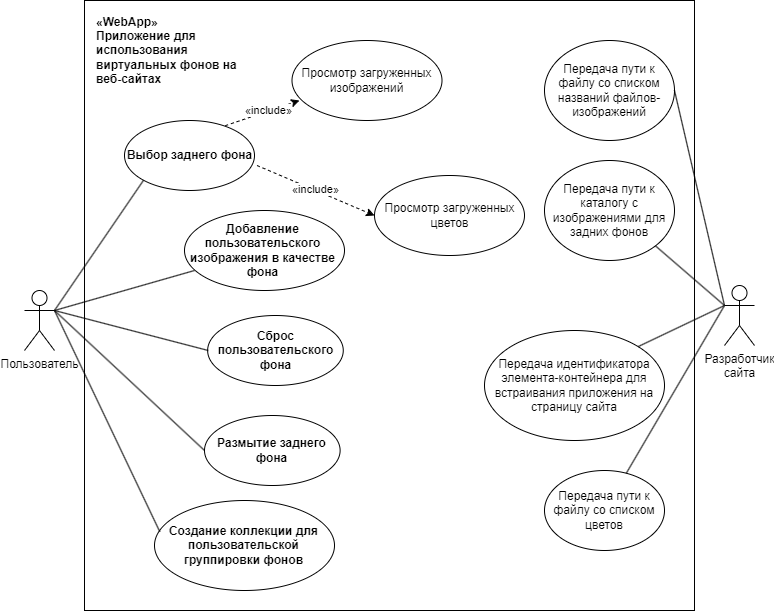
Earlier version of the draw.io export ЖуковскийДмитрий.png (bugovsky/WebApp). Source tidied: cells renumbered, new cells last; positions are measured from the earlier drawing's top-left corner, leaving out a move shared by most shapes. Its diagram source:
```xml
<mxGraphModel>
  <root>
    <mxCell id="0" />
    <mxCell id="1" parent="0" />
    <mxCell id="2" value="Пользователь" style="shape=umlActor;verticalLabelPosition=bottom;verticalAlign=top;html=1;outlineConnect=0;" parent="1" vertex="1">
      <mxGeometry y="290" width="30" height="60" as="geometry" />
    </mxCell>
    <mxCell id="3" style="whiteSpace=wrap;html=1;" parent="1" vertex="1">
      <mxGeometry x="60" width="610" height="610" as="geometry" />
    </mxCell>
    <mxCell id="4" value="&lt;b&gt;«WebApp»&lt;br&gt;Приложение для использования виртуальных фонов на веб-сайтах&amp;nbsp;&lt;/b&gt;" style="text;html=1;strokeColor=none;fillColor=none;align=left;verticalAlign=middle;whiteSpace=wrap;rounded=0;" parent="1" vertex="1">
      <mxGeometry x="70" y="20" width="150" height="60" as="geometry" />
    </mxCell>
    <mxCell id="5" style="ellipse;whiteSpace=wrap;html=1;" parent="1" vertex="1">
      <mxGeometry x="100" y="120" width="130" height="70" as="geometry" />
    </mxCell>
    <mxCell id="6" value="Выбор заднего фона" style="text;html=1;strokeColor=none;fillColor=none;align=center;verticalAlign=middle;whiteSpace=wrap;rounded=0;fontStyle=1;" parent="1" vertex="1">
      <mxGeometry x="97.5" y="135" width="135" height="40" as="geometry" />
    </mxCell>
    <mxCell id="7" style="ellipse;whiteSpace=wrap;html=1;" parent="1" vertex="1">
      <mxGeometry x="160" y="210" width="160" height="80" as="geometry" />
    </mxCell>
    <mxCell id="8" value="Добавление пользовательского изображения в качестве фона" style="text;html=1;strokeColor=none;fillColor=none;align=center;verticalAlign=middle;whiteSpace=wrap;rounded=0;fontStyle=1;" parent="1" vertex="1">
      <mxGeometry x="157.5" y="225" width="161.2" height="50" as="geometry" />
    </mxCell>
    <mxCell id="9" style="ellipse;whiteSpace=wrap;html=1;" parent="1" vertex="1">
      <mxGeometry x="183.1" y="315" width="135.6" height="70" as="geometry" />
    </mxCell>
    <mxCell id="10" value="Сброс пользовательского фона" style="text;html=1;strokeColor=none;fillColor=none;align=center;verticalAlign=middle;whiteSpace=wrap;rounded=0;fontStyle=1;" parent="1" vertex="1">
      <mxGeometry x="183.8" y="330" width="135" height="40" as="geometry" />
    </mxCell>
    <mxCell id="11" style="ellipse;whiteSpace=wrap;html=1;" parent="1" vertex="1">
      <mxGeometry x="180" y="415" width="135.6" height="70" as="geometry" />
    </mxCell>
    <mxCell id="12" value="Размытие заднего фона" style="text;html=1;strokeColor=none;fillColor=none;align=center;verticalAlign=middle;whiteSpace=wrap;rounded=0;fontStyle=1;" parent="1" vertex="1">
      <mxGeometry x="180" y="430" width="135" height="40" as="geometry" />
    </mxCell>
    <mxCell id="13" style="ellipse;whiteSpace=wrap;html=1;" parent="1" vertex="1">
      <mxGeometry x="130" y="500" width="180" height="90" as="geometry" />
    </mxCell>
    <mxCell id="14" value="Создание коллекции для пользовательской группировки фонов" style="text;html=1;strokeColor=none;fillColor=none;align=center;verticalAlign=middle;whiteSpace=wrap;rounded=0;fontStyle=1;" parent="1" vertex="1">
      <mxGeometry x="135.3" y="517.5" width="169.4" height="55" as="geometry" />
    </mxCell>
    <mxCell id="15" style="endArrow=none;html=1;rounded=0;exitX=1;exitY=0.3333333333333333;exitDx=0;exitDy=0;exitPerimeter=0;entryX=0;entryY=1;entryDx=0;entryDy=0;" parent="1" edge="1" source="2" target="5">
      <mxGeometry relative="1" as="geometry" />
    </mxCell>
    <mxCell id="16" style="endArrow=none;html=1;rounded=0;" parent="1" edge="1">
      <mxGeometry relative="1" as="geometry">
        <mxPoint x="30" y="310" as="sourcePoint" />
        <mxPoint x="170" y="270" as="targetPoint" />
      </mxGeometry>
    </mxCell>
    <mxCell id="17" style="endArrow=none;html=1;rounded=0;entryX=0;entryY=0.5;entryDx=0;entryDy=0;" parent="1" edge="1" target="10">
      <mxGeometry relative="1" as="geometry">
        <mxPoint x="30" y="310" as="sourcePoint" />
      </mxGeometry>
    </mxCell>
    <mxCell id="18" style="endArrow=none;html=1;rounded=0;entryX=0;entryY=0.5;entryDx=0;entryDy=0;" parent="1" edge="1" target="12">
      <mxGeometry relative="1" as="geometry">
        <mxPoint x="30" y="310" as="sourcePoint" />
      </mxGeometry>
    </mxCell>
    <mxCell id="19" style="endArrow=none;html=1;rounded=0;entryX=0;entryY=0.25;entryDx=0;entryDy=0;" parent="1" edge="1" target="14">
      <mxGeometry relative="1" as="geometry">
        <mxPoint x="30" y="310" as="sourcePoint" />
      </mxGeometry>
    </mxCell>
    <mxCell id="20" value="Разработчик&lt;br&gt;сайта" style="shape=umlActor;verticalLabelPosition=bottom;verticalAlign=top;html=1;outlineConnect=0;" parent="1" vertex="1">
      <mxGeometry x="700" y="285" width="30" height="60" as="geometry" />
    </mxCell>
    <mxCell id="21" style="ellipse;whiteSpace=wrap;html=1;" parent="1" vertex="1">
      <mxGeometry x="267.5" y="40" width="150" height="80" as="geometry" />
    </mxCell>
    <mxCell id="22" value="&lt;span style=&quot;font-weight: normal;&quot;&gt;Просмотр загруженных изображений&lt;/span&gt;" style="text;html=1;strokeColor=none;fillColor=none;align=center;verticalAlign=middle;whiteSpace=wrap;rounded=0;fontStyle=1;" parent="1" vertex="1">
      <mxGeometry x="275" y="60" width="135" height="40" as="geometry" />
    </mxCell>
    <mxCell id="23" style="ellipse;whiteSpace=wrap;html=1;" parent="1" vertex="1">
      <mxGeometry x="350" y="175" width="150" height="80" as="geometry" />
    </mxCell>
    <mxCell id="24" value="&lt;span style=&quot;font-weight: normal;&quot;&gt;Просмотр загруженных цветов&lt;/span&gt;" style="text;html=1;strokeColor=none;fillColor=none;align=center;verticalAlign=middle;whiteSpace=wrap;rounded=0;fontStyle=1;" parent="1" vertex="1">
      <mxGeometry x="357.5" y="195" width="135" height="40" as="geometry" />
    </mxCell>
    <mxCell id="25" style="endArrow=classic;dashed=1;html=1;rounded=0;exitX=1;exitY=0.75;exitDx=0;exitDy=0;entryX=0;entryY=0.5;entryDx=0;entryDy=0;endFill=1;" parent="1" edge="1" source="6" target="23">
      <mxGeometry relative="1" as="geometry" />
    </mxCell>
    <mxCell id="26" value="«include»" style="edgeLabel;html=1;align=center;verticalAlign=middle;" parent="25" vertex="1">
      <mxGeometry x="-0.02" y="1" relative="1" as="geometry" />
    </mxCell>
    <mxCell id="27" style="endArrow=classic;dashed=1;html=1;rounded=0;exitX=0.775;exitY=0.074;exitDx=0;exitDy=0;exitPerimeter=0;entryX=0;entryY=1;entryDx=0;entryDy=0;endFill=1;" parent="1" edge="1" source="5" target="22">
      <mxGeometry relative="1" as="geometry" />
    </mxCell>
    <mxCell id="28" value="«include»" style="edgeLabel;html=1;align=center;verticalAlign=middle;" parent="27" vertex="1">
      <mxGeometry x="0.15" y="1" relative="1" as="geometry" />
    </mxCell>
    <mxCell id="29" value="Передача идентификатора элемента-контейнера для встраивания приложения на страницу сайта" style="ellipse;whiteSpace=wrap;html=1;" parent="1" vertex="1">
      <mxGeometry x="460" y="330" width="180" height="110" as="geometry" />
    </mxCell>
    <mxCell id="30" style="endArrow=none;html=1;rounded=0;exitX=1;exitY=0;exitDx=0;exitDy=0;entryX=0;entryY=0.3333333333333333;entryDx=0;entryDy=0;entryPerimeter=0;" parent="1" edge="1" source="29" target="20">
      <mxGeometry relative="1" as="geometry" />
    </mxCell>
    <mxCell id="31" value="Передача пути к каталогу с изображениями для задних фонов" style="ellipse;whiteSpace=wrap;html=1;" parent="1" vertex="1">
      <mxGeometry x="520" y="160" width="130" height="100" as="geometry" />
    </mxCell>
    <mxCell id="32" style="endArrow=none;html=1;rounded=0;exitX=1;exitY=1;exitDx=0;exitDy=0;entryX=0;entryY=0.3333333333333333;entryDx=0;entryDy=0;entryPerimeter=0;" parent="1" edge="1" source="31" target="20">
      <mxGeometry relative="1" as="geometry" />
    </mxCell>
    <mxCell id="33" value="Передача пути к файлу со списком названий файлов-изображений" style="ellipse;whiteSpace=wrap;html=1;" parent="1" vertex="1">
      <mxGeometry x="520" y="40" width="130" height="100" as="geometry" />
    </mxCell>
    <mxCell id="34" style="endArrow=none;html=1;rounded=0;exitX=1;exitY=0.5;exitDx=0;exitDy=0;entryX=0;entryY=0.3333333333333333;entryDx=0;entryDy=0;entryPerimeter=0;" parent="1" edge="1" source="33" target="20">
      <mxGeometry relative="1" as="geometry" />
    </mxCell>
    <mxCell id="35" value="Передача пути к файлу со списком цветов" style="ellipse;whiteSpace=wrap;html=1;" parent="1" vertex="1">
      <mxGeometry x="520" y="470" width="120" height="80" as="geometry" />
    </mxCell>
    <mxCell id="36" style="endArrow=none;html=1;rounded=0;entryX=0;entryY=0.3333333333333333;entryDx=0;entryDy=0;entryPerimeter=0;" parent="1" edge="1" source="35" target="20">
      <mxGeometry relative="1" as="geometry" />
    </mxCell>
  </root>
</mxGraphModel>
```
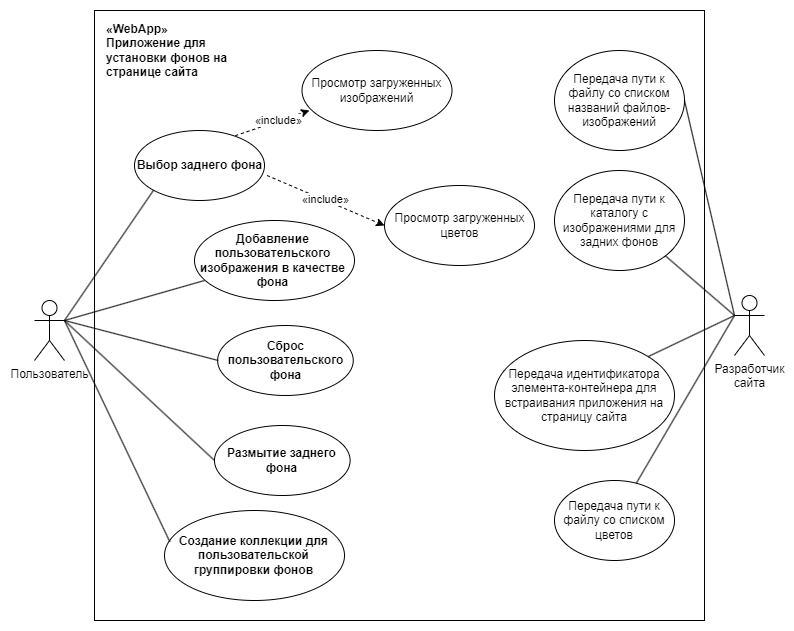
The same file after the commit.

What changed in the source:
```diff
@@ -8,8 +8,8 @@
     <mxCell id="3" style="whiteSpace=wrap;html=1;" parent="1" vertex="1">
       <mxGeometry x="60" width="610" height="610" as="geometry" />
     </mxCell>
-    <mxCell id="4" value="&lt;b&gt;«WebApp»&lt;br&gt;Приложение для использования виртуальных фонов на веб-сайтах&amp;nbsp;&lt;/b&gt;" style="text;html=1;strokeColor=none;fillColor=none;align=left;verticalAlign=middle;whiteSpace=wrap;rounded=0;" parent="1" vertex="1">
-      <mxGeometry x="70" y="20" width="150" height="60" as="geometry" />
+    <mxCell id="4" value="&lt;b&gt;«WebApp»&lt;br&gt;Приложение для установки фонов на странице сайта&amp;nbsp;&lt;/b&gt;" style="text;html=1;strokeColor=none;fillColor=none;align=left;verticalAlign=middle;whiteSpace=wrap;rounded=0;" parent="1" vertex="1">
+      <mxGeometry x="70" y="10" width="150" height="60" as="geometry" />
     </mxCell>
     <mxCell id="5" style="ellipse;whiteSpace=wrap;html=1;" parent="1" vertex="1">
       <mxGeometry x="100" y="120" width="130" height="70" as="geometry" />
```
